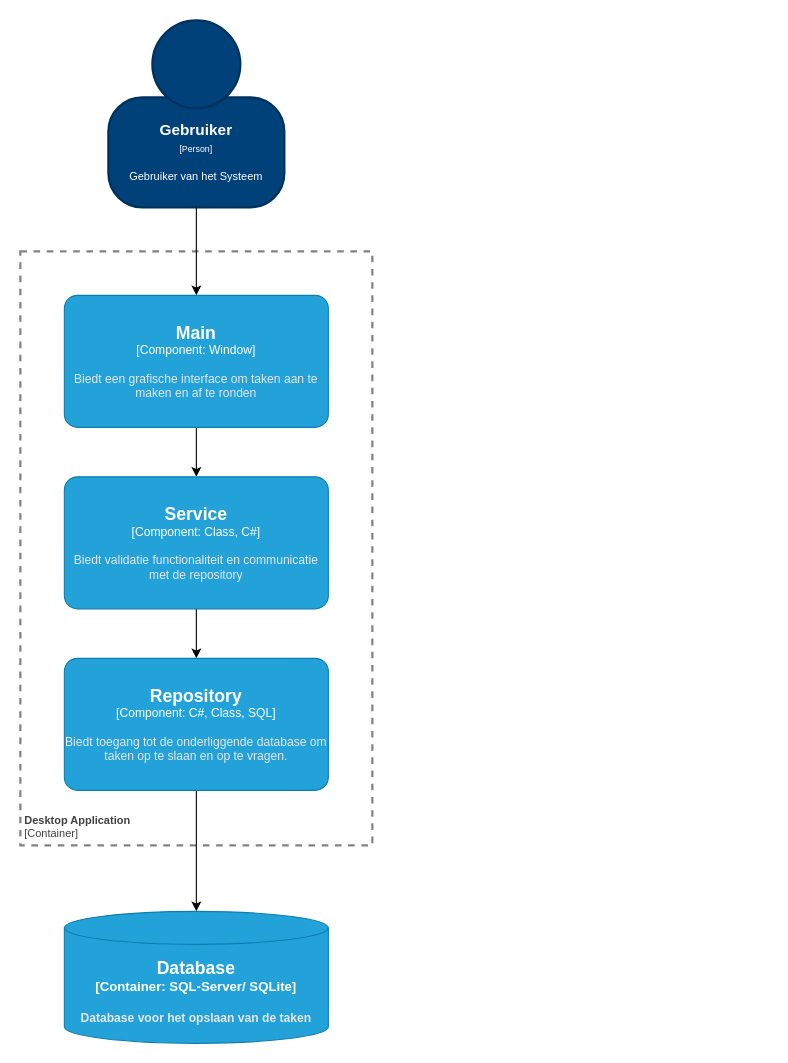
Windesheim-HBO-ICT/cs_studenten keeps this draw.io diagram as page "Component Diagram Desktop Applicatie" (4 of 5) of 2324 semester 2/Diagrammen/C4 model/ToDo Application C4-model.drawio. Above is the earlier version. Source tidied: cells renumbered, new cells numbered last; positions are measured from the earlier drawing's top-left corner, leaving out a move shared by most shapes. Both pictures are drawn from the tidied source at 110%, with x=0, y=0 at pixel (20, 20).
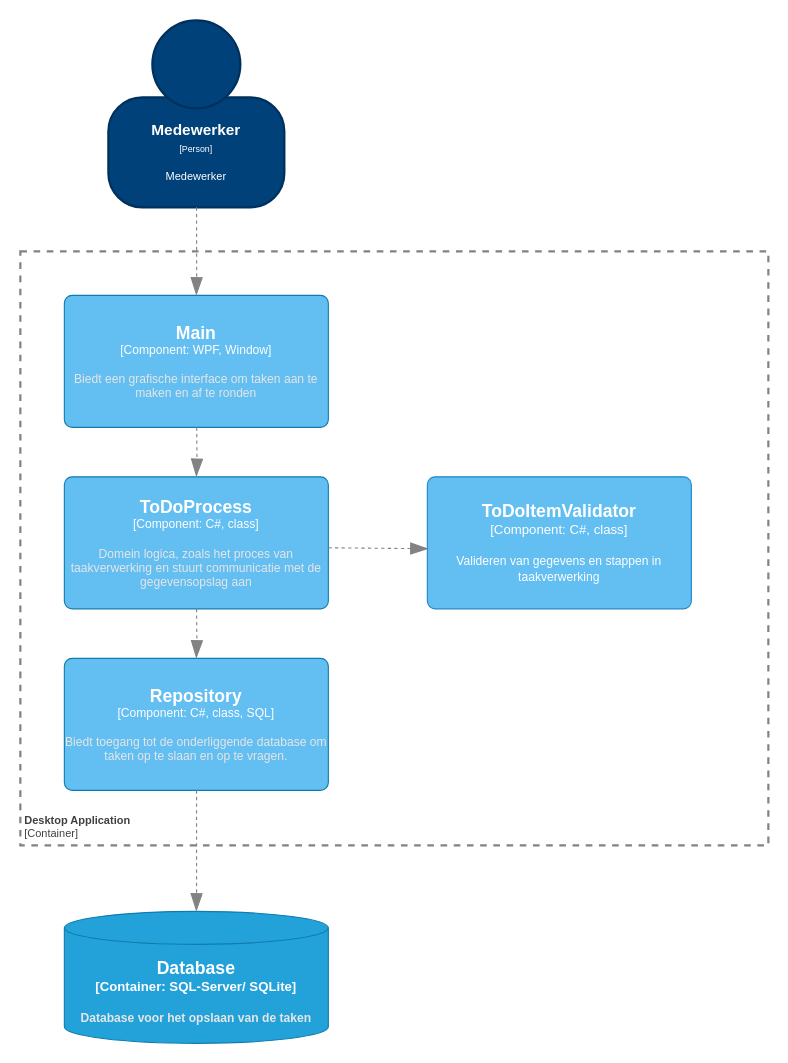
After the change.

Unchanged cells that the change refers to:
```xml
<mxCell id="2" style="group;" parent="1" vertex="1">
  <mxGeometry x="80" width="160" height="170" as="geometry" />
</mxCell>
<object id="13" label="&lt;font style=&quot;font-size: 16px&quot;&gt;&lt;b&gt;%c4Type%&lt;/font&gt;&lt;div&gt;[%c4Container%:&amp;nbsp;%c4Technology%]&lt;/div&gt;&lt;br&gt;&lt;div&gt;&lt;font style=&quot;font-size: 11px&quot;&gt;&lt;font color=&quot;#E6E6E6&quot;&gt;%c4Description%&lt;/font&gt;&lt;/div&gt;" c4Container="Container" c4Description="Database voor het opslaan van de taken" c4Technology="SQL-Server/ SQLite" c4Type="Database" placeholders="1">
  <mxCell style="shape=cylinder3;size=15;whiteSpace=wrap;html=1;boundedLbl=1;rounded=0;labelBackgroundColor=none;fillColor=#23A2D9;fontSize=12;fontColor=#ffffff;align=center;strokeColor=#0E7DAD;points=[[0.5,0,0],[1,0.25,0],[1,0.5,0],[1,0.75,0],[0.5,1,0],[0,0.75,0],[0,0.5,0],[0,0.25,0]];" parent="1" vertex="1">
    <mxGeometry x="40" y="810" width="240" height="120" as="geometry" />
  </mxCell>
</object>
```

Diff of the diagram source:
```diff
@@
-    <object id="3" label="&lt;div style=&quot;color: rgb(255 , 255 , 255) ; white-space: normal&quot;&gt;&lt;span style=&quot;font-size: 14px&quot;&gt;&lt;b&gt;%name%&lt;/b&gt;&lt;/span&gt;&lt;/div&gt;&lt;div style=&quot;color: rgb(255 , 255 , 255) ; white-space: normal&quot;&gt;&lt;font style=&quot;font-size: 8px&quot;&gt;[Person]&lt;/font&gt;&lt;/div&gt;&lt;div style=&quot;color: rgb(255 , 255 , 255) ; white-space: normal ; font-size: 8px&quot;&gt;&lt;span style=&quot;font-size: x-small&quot;&gt;&lt;br&gt;&lt;/span&gt;&lt;/div&gt;&lt;div style=&quot;color: rgb(255 , 255 , 255) ; white-space: normal&quot;&gt;&lt;font size=&quot;1&quot;&gt;%description%&lt;/font&gt;&lt;/div&gt;" description="Gebruiker van het Systeem" name="Gebruiker" placeholders="1">
+    <object id="3" label="&lt;div style=&quot;color: rgb(255 , 255 , 255) ; white-space: normal&quot;&gt;&lt;span style=&quot;font-size: 14px&quot;&gt;&lt;b&gt;%name%&lt;/b&gt;&lt;/span&gt;&lt;/div&gt;&lt;div style=&quot;color: rgb(255 , 255 , 255) ; white-space: normal&quot;&gt;&lt;font style=&quot;font-size: 8px&quot;&gt;[Person]&lt;/font&gt;&lt;/div&gt;&lt;div style=&quot;color: rgb(255 , 255 , 255) ; white-space: normal ; font-size: 8px&quot;&gt;&lt;span style=&quot;font-size: x-small&quot;&gt;&lt;br&gt;&lt;/span&gt;&lt;/div&gt;&lt;div style=&quot;color: rgb(255 , 255 , 255) ; white-space: normal&quot;&gt;&lt;font size=&quot;1&quot;&gt;%description%&lt;/font&gt;&lt;/div&gt;" description="Medewerker" name="Medewerker" placeholders="1">
       <mxCell style="rounded=1;whiteSpace=wrap;html=1;strokeColor=#00315C;fillColor=#004179;fontColor=#000000;arcSize=31;strokeWidth=2;" parent="2" vertex="1">
         <mxGeometry y="70" width="160" height="100" as="geometry" />
       </mxCell>
     </object>
@@
     <object id="5" label="&lt;font style=&quot;font-size: 10px&quot;&gt;&lt;b&gt;%name%&lt;/b&gt;&lt;br style=&quot;font-size: 10px&quot;&gt;[Container]&lt;/font&gt;" name="Desktop Application" placeholders="1">
       <mxCell style="rounded=0;whiteSpace=wrap;html=1;strokeColor=#828282;fillColor=none;fontColor=#404040;align=left;labelPosition=center;verticalLabelPosition=middle;verticalAlign=bottom;dashed=1;strokeWidth=2;perimeterSpacing=0;spacing=4;spacingTop=0;fontSize=10;" parent="1" vertex="1">
-        <mxGeometry y="210" width="320" height="540" as="geometry" />
+        <mxGeometry y="210" width="680" height="540" as="geometry" />
       </mxCell>
     </object>
-    <mxCell id="6" style="edgeStyle=orthogonalEdgeStyle;rounded=0;jettySize=auto;html=1;" parent="1" edge="1" source="7" target="10">
-      <mxGeometry relative="1" as="geometry" />
-    </mxCell>
-    <object id="7" label="&lt;font style=&quot;font-size: 16px&quot;&gt;&lt;b&gt;%c4Name%&lt;/b&gt;&lt;/font&gt;&lt;div&gt;[%c4Type%: %c4Technology%]&lt;/div&gt;&lt;br&gt;&lt;div&gt;&lt;font style=&quot;font-size: 11px&quot;&gt;&lt;font color=&quot;#E6E6E6&quot;&gt;%c4Description%&lt;/font&gt;&lt;/div&gt;" c4Description="Biedt een grafische interface om taken aan te maken en af te ronden" c4Name="Main" c4Technology="Window" c4Type="Component" placeholders="1">
-      <mxCell style="rounded=1;whiteSpace=wrap;html=1;fontSize=11;labelBackgroundColor=none;fillColor=#23A2D9;fontColor=#ffffff;align=center;arcSize=10;strokeColor=#0E7DAD;points=[[0.25,0,0],[0.5,0,0],[0.75,0,0],[1,0.25,0],[1,0.5,0],[1,0.75,0],[0.75,1,0],[0.5,1,0],[0.25,1,0],[0,0.75,0],[0,0.5,0],[0,0.25,0]];" parent="1" vertex="1">
+    <object id="7" label="&lt;font style=&quot;font-size: 16px&quot;&gt;&lt;b&gt;%c4Name%&lt;/b&gt;&lt;/font&gt;&lt;div&gt;[%c4Type%: %c4Technology%]&lt;/div&gt;&lt;br&gt;&lt;div&gt;&lt;font style=&quot;font-size: 11px&quot;&gt;&lt;font color=&quot;#E6E6E6&quot;&gt;%c4Description%&lt;/font&gt;&lt;/div&gt;" c4Description="Biedt een grafische interface om taken aan te maken en af te ronden" c4Name="Main" c4Technology="WPF, Window" c4Type="Component" placeholders="1">
+      <mxCell style="rounded=1;whiteSpace=wrap;html=1;fontSize=11;labelBackgroundColor=none;fillColor=#63BEF2;fontColor=#ffffff;align=center;arcSize=6;strokeColor=#0E7DAD;points=[[0.25,0,0],[0.5,0,0],[0.75,0,0],[1,0.25,0],[1,0.5,0],[1,0.75,0],[0.75,1,0],[0.5,1,0],[0.25,1,0],[0,0.75,0],[0,0.5,0],[0,0.25,0]];" parent="1" vertex="1">
         <mxGeometry x="40" y="250" width="240" height="120" as="geometry" />
       </mxCell>
     </object>
-    <mxCell id="8" style="edgeStyle=orthogonalEdgeStyle;rounded=0;jettySize=auto;html=1;entryX=0.5;entryY=0;entryDx=0;entryDy=0;entryPerimeter=0;" parent="1" edge="1" source="3" target="7">
-      <mxGeometry relative="1" as="geometry" />
-    </mxCell>
-    <mxCell id="9" style="edgeStyle=orthogonalEdgeStyle;rounded=0;jettySize=auto;html=1;" parent="1" edge="1" source="10" target="12">
-      <mxGeometry relative="1" as="geometry" />
-    </mxCell>
-    <object id="10" label="&lt;font style=&quot;font-size: 16px&quot;&gt;&lt;b&gt;%c4Name%&lt;/b&gt;&lt;/font&gt;&lt;div&gt;[%c4Type%: %c4Technology%]&lt;/div&gt;&lt;br&gt;&lt;div&gt;&lt;font style=&quot;font-size: 11px&quot;&gt;&lt;font color=&quot;#E6E6E6&quot;&gt;%c4Description%&lt;/font&gt;&lt;/div&gt;" c4Description="Biedt validatie functionaliteit en communicatie met de repository   " c4Name="Service" c4Technology="Class, C#" c4Type="Component" placeholders="1">
-      <mxCell style="rounded=1;whiteSpace=wrap;html=1;fontSize=11;labelBackgroundColor=none;fillColor=#23A2D9;fontColor=#ffffff;align=center;arcSize=10;strokeColor=#0E7DAD;points=[[0.25,0,0],[0.5,0,0],[0.75,0,0],[1,0.25,0],[1,0.5,0],[1,0.75,0],[0.75,1,0],[0.5,1,0],[0.25,1,0],[0,0.75,0],[0,0.5,0],[0,0.25,0]];" parent="1" vertex="1">
+    <object id="10" label="&lt;font style=&quot;font-size: 16px&quot;&gt;&lt;b&gt;%c4Name%&lt;/b&gt;&lt;/font&gt;&lt;div&gt;[%c4Type%: %c4Technology%]&lt;/div&gt;&lt;br&gt;&lt;div&gt;&lt;font style=&quot;font-size: 11px&quot;&gt;&lt;font color=&quot;#E6E6E6&quot;&gt;%c4Description%&lt;/font&gt;&lt;/div&gt;" c4Description="Domein logica, zoals het proces van taakverwerking en stuurt communicatie met de gegevensopslag aan   " c4Name="ToDoProcess" c4Technology="C#, class" c4Type="Component" placeholders="1">
+      <mxCell style="rounded=1;whiteSpace=wrap;html=1;fontSize=11;labelBackgroundColor=none;fillColor=#63BEF2;fontColor=#ffffff;align=center;arcSize=6;strokeColor=#0E7DAD;points=[[0.25,0,0],[0.5,0,0],[0.75,0,0],[1,0.25,0],[1,0.5,0],[1,0.75,0],[0.75,1,0],[0.5,1,0],[0.25,1,0],[0,0.75,0],[0,0.5,0],[0,0.25,0]];" parent="1" vertex="1">
         <mxGeometry x="40" y="415" width="240" height="120" as="geometry" />
       </mxCell>
     </object>
-    <mxCell id="11" style="edgeStyle=orthogonalEdgeStyle;rounded=0;jettySize=auto;html=1;entryX=0.5;entryY=0;entryDx=0;entryDy=0;entryPerimeter=0;" parent="1" edge="1" source="12" target="13">
-      <mxGeometry relative="1" as="geometry" />
-    </mxCell>
-    <object id="12" label="&lt;font style=&quot;font-size: 16px&quot;&gt;&lt;b&gt;%c4Name%&lt;/b&gt;&lt;/font&gt;&lt;div&gt;[%c4Type%: %c4Technology%]&lt;/div&gt;&lt;br&gt;&lt;div&gt;&lt;font style=&quot;font-size: 11px&quot;&gt;&lt;font color=&quot;#E6E6E6&quot;&gt;%c4Description%&lt;/font&gt;&lt;/div&gt;" c4Description="Biedt toegang tot de onderliggende database om taken op te slaan en op te vragen." c4Name="Repository" c4Technology="C#, Class, SQL" c4Type="Component" placeholders="1">
-      <mxCell style="rounded=1;whiteSpace=wrap;html=1;fontSize=11;labelBackgroundColor=none;fillColor=#23A2D9;fontColor=#ffffff;align=center;arcSize=10;strokeColor=#0E7DAD;points=[[0.25,0,0],[0.5,0,0],[0.75,0,0],[1,0.25,0],[1,0.5,0],[1,0.75,0],[0.75,1,0],[0.5,1,0],[0.25,1,0],[0,0.75,0],[0,0.5,0],[0,0.25,0]];" parent="1" vertex="1">
+    <object id="12" label="&lt;font style=&quot;font-size: 16px&quot;&gt;&lt;b&gt;%c4Name%&lt;/b&gt;&lt;/font&gt;&lt;div&gt;[%c4Type%: %c4Technology%]&lt;/div&gt;&lt;br&gt;&lt;div&gt;&lt;font style=&quot;font-size: 11px&quot;&gt;&lt;font color=&quot;#E6E6E6&quot;&gt;%c4Description%&lt;/font&gt;&lt;/div&gt;" c4Description="Biedt toegang tot de onderliggende database om taken op te slaan en op te vragen." c4Name="Repository" c4Technology="C#, class, SQL" c4Type="Component" placeholders="1">
+      <mxCell style="rounded=1;whiteSpace=wrap;html=1;fontSize=11;labelBackgroundColor=none;fillColor=#63BEF2;fontColor=#ffffff;align=center;arcSize=6;strokeColor=#0E7DAD;points=[[0.25,0,0],[0.5,0,0],[0.75,0,0],[1,0.25,0],[1,0.5,0],[1,0.75,0],[0.75,1,0],[0.5,1,0],[0.25,1,0],[0,0.75,0],[0,0.5,0],[0,0.25,0]];imageHeight=24;" parent="1" vertex="1">
         <mxGeometry x="40" y="580" width="240" height="120" as="geometry" />
       </mxCell>
     </object>
@@
+    <object id="14" label="&lt;font style=&quot;font-size: 16px&quot;&gt;&lt;b&gt;%c4Name%&lt;/b&gt;&lt;/font&gt;&lt;div&gt;[%c4Type%: %c4Technology%]&lt;/div&gt;&lt;br&gt;&lt;div&gt;&lt;font style=&quot;font-size: 11px&quot;&gt;%c4Description%&lt;/font&gt;&lt;/div&gt;" c4Description="Valideren van gegevens en stappen in taakverwerking " c4Name="ToDoItemValidator" c4Technology="C#, class" c4Type="Component" placeholders="1">
+      <mxCell style="rounded=1;whiteSpace=wrap;html=1;labelBackgroundColor=none;fillColor=#63BEF2;fontColor=#ffffff;align=center;arcSize=6;strokeColor=#2086C9;points=[[0.25,0,0],[0.5,0,0],[0.75,0,0],[1,0.25,0],[1,0.5,0],[1,0.75,0],[0.75,1,0],[0.5,1,0],[0.25,1,0],[0,0.75,0],[0,0.5,0],[0,0.25,0]];" parent="1" vertex="1">
+        <mxGeometry x="370" y="415" width="240" height="120" as="geometry" />
+      </mxCell>
+    </object>
+    <mxCell id="15" style="endArrow=blockThin;html=1;fontSize=10;fontColor=#404040;strokeWidth=1;endFill=1;strokeColor=#828282;elbow=vertical;endSize=14;startSize=14;jumpStyle=arc;jumpSize=16;rounded=0;edgeStyle=orthogonalEdgeStyle;entryX=0.004;entryY=0.544;entryDx=0;entryDy=0;entryPerimeter=0;exitX=1;exitY=0.5;exitDx=0;exitDy=0;exitPerimeter=0;dashed=1;" parent="1" edge="1" target="14">
+      <mxGeometry relative="1" as="geometry">
+        <mxPoint x="280" y="479.5" as="sourcePoint" />
+      </mxGeometry>
+    </mxCell>
+    <mxCell id="16" style="endArrow=blockThin;html=1;fontSize=10;fontColor=#404040;strokeWidth=1;endFill=1;strokeColor=#828282;elbow=vertical;endSize=14;startSize=14;jumpStyle=arc;jumpSize=16;rounded=0;edgeStyle=orthogonalEdgeStyle;dashed=1;entryX=0.5;entryY=0;entryDx=0;entryDy=0;entryPerimeter=0;" parent="1" edge="1" target="10">
+      <mxGeometry relative="1" as="geometry">
+        <mxPoint x="160.3" y="370" as="sourcePoint" />
+      </mxGeometry>
+    </mxCell>
+    <mxCell id="17" style="endArrow=blockThin;html=1;fontSize=10;fontColor=#404040;strokeWidth=1;endFill=1;strokeColor=#828282;elbow=vertical;endSize=14;startSize=14;jumpStyle=arc;jumpSize=16;rounded=0;edgeStyle=orthogonalEdgeStyle;dashed=1;entryX=0.5;entryY=0;entryDx=0;entryDy=0;entryPerimeter=0;" parent="1" edge="1" target="7">
+      <mxGeometry relative="1" as="geometry">
+        <mxPoint x="160.2" y="170" as="sourcePoint" />
+      </mxGeometry>
+    </mxCell>
+    <mxCell id="18" style="endArrow=blockThin;html=1;fontSize=10;fontColor=#404040;strokeWidth=1;endFill=1;strokeColor=#828282;elbow=vertical;endSize=14;startSize=14;jumpStyle=arc;jumpSize=16;rounded=0;edgeStyle=orthogonalEdgeStyle;dashed=1;" parent="1" edge="1" target="13">
+      <mxGeometry relative="1" as="geometry">
+        <mxPoint x="160.2" y="700" as="sourcePoint" />
+      </mxGeometry>
+    </mxCell>
+    <mxCell id="19" style="endArrow=blockThin;html=1;fontSize=10;fontColor=#404040;strokeWidth=1;endFill=1;strokeColor=#828282;elbow=vertical;endSize=14;startSize=14;jumpStyle=arc;jumpSize=16;rounded=0;edgeStyle=orthogonalEdgeStyle;dashed=1;entryX=0.5;entryY=0;entryDx=0;entryDy=0;entryPerimeter=0;" parent="1" edge="1" target="12">
+      <mxGeometry relative="1" as="geometry">
+        <mxPoint x="160.2" y="535" as="sourcePoint" />
+      </mxGeometry>
+    </mxCell>
```
